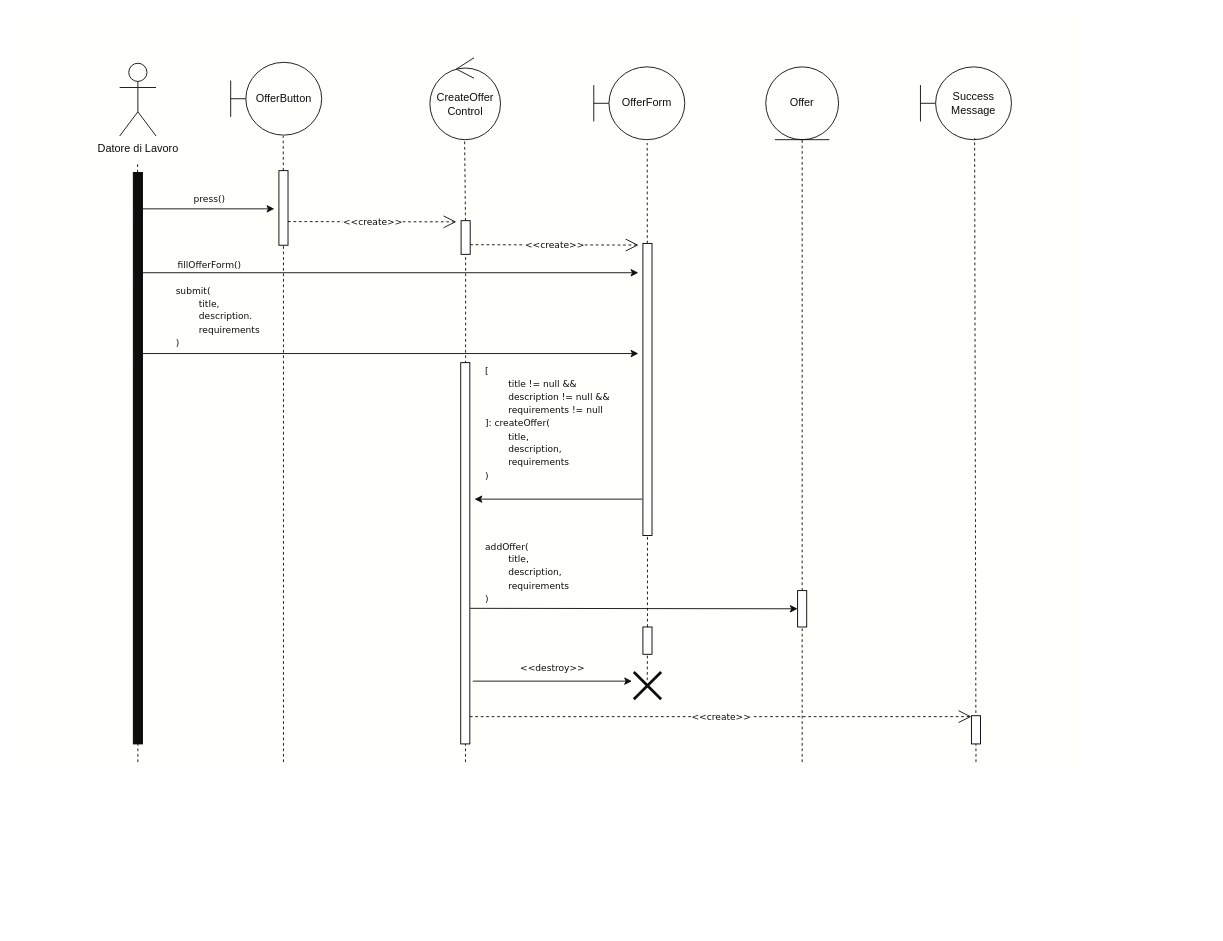
Above: Documentazione/Requirement_Analysis_Document/Sequence_Diagrams/SQ_Crea-Offerta_Editable.drawio in JacopoPassariello/TuringCareers (draw.io), before the change. Source tidied: cells renumbered, new cells numbered last; positions are measured from the earlier drawing's top-left corner, leaving out a move shared by most shapes. Both pictures are drawn from the tidied source at 91%, with x=0, y=0 at pixel (15, 16).
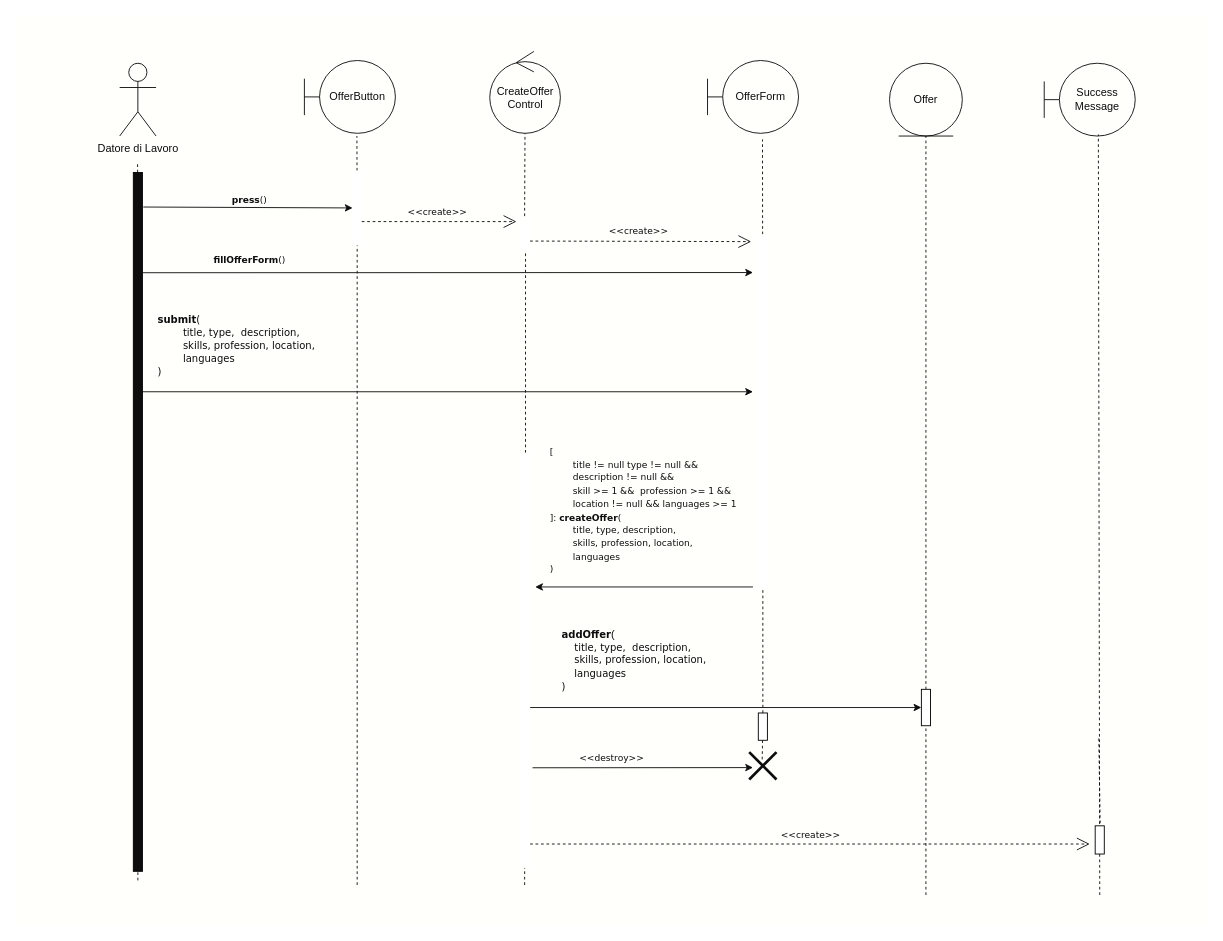
The same diagram, later.

Commit message (it also covers changes not shown here):
Updated SQ_Crea-Offerta

The edit, as a diff of the source:
```diff
@@
     <mxCell id="2" style="rounded=0;whiteSpace=wrap;html=1;strokeColor=none;fillColor=#FFFFFC;" parent="1" vertex="1">
-      <mxGeometry width="1168" height="825" as="geometry" />
+      <mxGeometry y="-1" width="1310" height="1000" as="geometry" />
     </mxCell>
@@
     <mxCell id="4" style="endArrow=none;dashed=1;html=1;rounded=0;strokeColor=#0D0D0D;" parent="1" edge="1" source="13">
       <mxGeometry relative="1" as="geometry">
-        <mxPoint x="293.7" y="131" as="targetPoint" />
+        <mxPoint x="374.7" y="131" as="targetPoint" />
       </mxGeometry>
     </mxCell>
-    <mxCell id="5" style="endArrow=none;dashed=1;html=1;rounded=0;entryX=0.492;entryY=0.997;entryDx=0;entryDy=0;strokeColor=#0D0D0D;entryPerimeter=0;" parent="1" edge="1" source="16" target="27">
-      <mxGeometry relative="1" as="geometry" />
+    <mxCell id="5" style="endArrow=none;dashed=1;html=1;rounded=0;entryX=0.499;entryY=0.996;entryDx=0;entryDy=0;strokeColor=#0D0D0D;entryPerimeter=0;" parent="1" edge="1" target="27">
+      <mxGeometry relative="1" as="geometry">
+        <mxPoint x="559" y="219" as="sourcePoint" />
+      </mxGeometry>
     </mxCell>
-    <mxCell id="6" style="endArrow=none;dashed=1;html=1;rounded=0;strokeColor=#0D0D0D;entryX=0.587;entryY=1.046;entryDx=0;entryDy=0;entryPerimeter=0;" parent="1" edge="1" source="21" target="29">
-      <mxGeometry relative="1" as="geometry" />
+    <mxCell id="6" style="endArrow=none;dashed=1;html=1;rounded=0;strokeColor=#0D0D0D;entryX=0.587;entryY=1.046;entryDx=0;entryDy=0;entryPerimeter=0;" parent="1" edge="1" source="21">
+      <mxGeometry relative="1" as="geometry">
+        <mxPoint x="820.4" y="134.7" as="targetPoint" />
+      </mxGeometry>
     </mxCell>
@@
     <mxCell id="9" style="endArrow=none;dashed=1;html=1;rounded=0;strokeColor=#0D0D0D;" parent="1" edge="1" target="10">
       <mxGeometry relative="1" as="geometry">
-        <mxPoint x="134" y="819" as="sourcePoint" />
+        <mxPoint x="134" y="949" as="sourcePoint" />
       </mxGeometry>
     </mxCell>
     <mxCell id="10" style="rounded=0;whiteSpace=wrap;html=1;fillColor=#0D0D0D;" parent="1" vertex="1">
-      <mxGeometry x="129" y="171" width="10" height="628" as="geometry" />
+      <mxGeometry x="129" y="171" width="10" height="768" as="geometry" />
     </mxCell>
-    <mxCell id="11" style="endArrow=classic;html=1;rounded=0;strokeColor=#0D0D0D;" parent="1" edge="1">
+    <mxCell id="11" style="endArrow=classic;html=1;rounded=0;strokeColor=#0D0D0D;entryX=0;entryY=0.5;entryDx=0;entryDy=0;" parent="1" edge="1" target="13">
       <mxGeometry relative="1" as="geometry">
-        <mxPoint x="139" y="211" as="sourcePoint" />
-        <mxPoint x="284" y="211" as="targetPoint" />
+        <mxPoint x="140" y="209" as="sourcePoint" />
       </mxGeometry>
     </mxCell>
     <mxCell id="12" style="endArrow=none;dashed=1;html=1;rounded=0;strokeColor=#0D0D0D;" parent="1" edge="1" target="13">
       <mxGeometry relative="1" as="geometry">
-        <mxPoint x="294" y="819" as="sourcePoint" />
+        <mxPoint x="375" y="954" as="sourcePoint" />
       </mxGeometry>
     </mxCell>
-    <mxCell id="13" style="rounded=0;whiteSpace=wrap;html=1;" parent="1" vertex="1">
-      <mxGeometry x="289" y="169" width="10" height="82" as="geometry" />
+    <mxCell id="13" style="rounded=0;whiteSpace=wrap;html=1;strokeColor=none;" parent="1" vertex="1">
+      <mxGeometry x="370" y="169" width="10" height="82" as="geometry" />
     </mxCell>
-    <mxCell id="14" value="&lt;font style=&quot;font-size: 10px;&quot; face=&quot;Verdana&quot;&gt;press()&lt;/font&gt;" style="text;html=1;strokeColor=none;fillColor=none;align=center;verticalAlign=middle;whiteSpace=wrap;rounded=0;fontColor=#0D0D0D;" parent="1" vertex="1">
-      <mxGeometry x="193" y="194" width="40" height="11" as="geometry" />
+    <mxCell id="14" value="&lt;font style=&quot;font-size: 10px;&quot; face=&quot;Verdana&quot;&gt;&lt;b&gt;press&lt;/b&gt;()&lt;/font&gt;" style="text;html=1;strokeColor=none;fillColor=none;align=center;verticalAlign=middle;whiteSpace=wrap;rounded=0;fontColor=#0D0D0D;" parent="1" vertex="1">
+      <mxGeometry x="236.8" y="195" width="40" height="11" as="geometry" />
     </mxCell>
-    <mxCell id="15" style="endArrow=none;dashed=1;html=1;rounded=0;strokeColor=#0D0D0D;" parent="1" edge="1" target="16">
-      <mxGeometry relative="1" as="geometry">
-        <mxPoint x="494" y="819" as="sourcePoint" />
-      </mxGeometry>
+    <mxCell id="15" style="endArrow=none;dashed=1;html=1;rounded=0;strokeColor=#0D0D0D;" parent="1" edge="1" source="25" target="16">
+      <mxGeometry relative="1" as="geometry" />
     </mxCell>
-    <mxCell id="16" style="rounded=0;whiteSpace=wrap;html=1;" parent="1" vertex="1">
-      <mxGeometry x="489.2" y="224" width="10" height="37" as="geometry" />
+    <mxCell id="16" style="rounded=0;whiteSpace=wrap;html=1;strokeColor=none;" parent="1" vertex="1">
+      <mxGeometry x="555" y="220" width="10" height="37" as="geometry" />
     </mxCell>
     <mxCell id="17" style="endArrow=classic;html=1;rounded=0;fontColor=#0D0D0D;strokeColor=#0D0D0D;" parent="1" edge="1">
       <mxGeometry relative="1" as="geometry">
         <mxPoint x="139" y="281.2" as="sourcePoint" />
-        <mxPoint x="684" y="281.2" as="targetPoint" />
+        <mxPoint x="810" y="281" as="targetPoint" />
       </mxGeometry>
     </mxCell>
-    <mxCell id="18" value="&lt;font color=&quot;#0d0d0d&quot; style=&quot;font-size: 10px; background-color: rgb(255, 255, 252);&quot; face=&quot;Verdana&quot;&gt;&amp;lt;&amp;lt;create&amp;gt;&amp;gt;&lt;/font&gt;" style="endArrow=open;endSize=12;dashed=1;html=1;rounded=0;strokeColor=#0D0D0D;" parent="1" edge="1">
-      <mxGeometry relative="1" as="geometry">
-        <mxPoint x="299" y="225" as="sourcePoint" />
-        <mxPoint x="484" y="225.3" as="targetPoint" />
+    <mxCell id="18" value="&lt;font color=&quot;#0d0d0d&quot; style=&quot;font-size: 10px;&quot; face=&quot;Verdana&quot;&gt;&amp;lt;&amp;lt;create&amp;gt;&amp;gt;&lt;/font&gt;" style="endArrow=open;endSize=12;dashed=1;html=1;rounded=0;strokeColor=#0D0D0D;labelBackgroundColor=none;" parent="1" edge="1">
+      <mxGeometry x="-0.02" y="11" relative="1" as="geometry">
+        <mxPoint x="380" y="225" as="sourcePoint" />
+        <mxPoint x="550" y="225" as="targetPoint" />
       </mxGeometry>
     </mxCell>
     <mxCell id="19" value="&lt;font style=&quot;font-size: 10px;&quot; face=&quot;Verdana&quot;&gt;&amp;lt;&amp;lt;create&amp;gt;&amp;gt;&lt;/font&gt;" style="endArrow=open;endSize=12;dashed=1;html=1;rounded=0;strokeColor=#0D0D0D;fontColor=#0D0D0D;labelBackgroundColor=#FFFFFC;" parent="1" edge="1">
-      <mxGeometry relative="1" as="geometry">
-        <mxPoint x="499.2" y="250.4" as="sourcePoint" />
-        <mxPoint x="684.2" y="250.8" as="targetPoint" />
+      <mxGeometry x="-0.02" y="12" relative="1" as="geometry">
+        <mxPoint x="565" y="246.4" as="sourcePoint" />
+        <mxPoint x="808" y="247" as="targetPoint" />
       </mxGeometry>
     </mxCell>
@@
-    <mxCell id="21" style="rounded=0;whiteSpace=wrap;html=1;" parent="1" vertex="1">
-      <mxGeometry x="689" y="249" width="10" height="321" as="geometry" />
+    <mxCell id="21" style="rounded=0;whiteSpace=wrap;html=1;strokeColor=none;" parent="1" vertex="1">
+      <mxGeometry x="815.8" y="239" width="10" height="390" as="geometry" />
     </mxCell>
-    <mxCell id="22" value="&lt;font style=&quot;font-size: 10px;&quot; face=&quot;Verdana&quot;&gt;fillOfferForm()&lt;/font&gt;" style="text;html=1;strokeColor=none;fillColor=none;align=center;verticalAlign=middle;whiteSpace=wrap;rounded=0;labelBackgroundColor=#FFFFFC;fontColor=#0D0D0D;" parent="1" vertex="1">
-      <mxGeometry x="173" y="266" width="80" height="11" as="geometry" />
+    <mxCell id="22" value="&lt;font style=&quot;font-size: 10px;&quot; face=&quot;Verdana&quot;&gt;&lt;b&gt;fillOfferForm&lt;/b&gt;()&lt;/font&gt;" style="text;html=1;strokeColor=none;fillColor=none;align=center;verticalAlign=middle;whiteSpace=wrap;rounded=0;labelBackgroundColor=#FFFFFC;fontColor=#0D0D0D;" parent="1" vertex="1">
+      <mxGeometry x="216.8" y="261" width="80" height="11" as="geometry" />
     </mxCell>
     <mxCell id="23" style="endArrow=classic;html=1;rounded=0;strokeColor=#0D0D0D;" parent="1" edge="1">
       <mxGeometry relative="1" as="geometry">
-        <mxPoint x="139" y="370" as="sourcePoint" />
-        <mxPoint x="684" y="370" as="targetPoint" />
+        <mxPoint x="139" y="412" as="sourcePoint" />
+        <mxPoint x="810" y="412" as="targetPoint" />
       </mxGeometry>
     </mxCell>
-    <mxCell id="24" value="&lt;font style=&quot;font-size: 10px;&quot; face=&quot;Verdana&quot;&gt;submit(&lt;br&gt;&lt;span style=&quot;white-space: pre;&quot;&gt;&#9;&lt;/span&gt;title,&lt;br&gt;&lt;span style=&quot;white-space: pre;&quot;&gt;&#9;&lt;/span&gt;description.&lt;br&gt;&lt;span style=&quot;white-space: pre;&quot;&gt;&#9;&lt;/span&gt;requirements&lt;br&gt;)&lt;/font&gt;" style="text;html=1;strokeColor=none;fillColor=none;align=left;verticalAlign=middle;whiteSpace=wrap;rounded=0;fontColor=#0D0D0D;" parent="1" vertex="1">
-      <mxGeometry x="174.2" y="287" width="100" height="84" as="geometry" />
+    <mxCell id="24" value="&lt;font style=&quot;font-size: 11px;&quot; face=&quot;Verdana&quot;&gt;&lt;b&gt;submit&lt;/b&gt;(&lt;br&gt;&lt;span style=&quot;white-space: pre;&quot;&gt;&#9;&lt;/span&gt;title, type,&amp;nbsp; description,&lt;br&gt;&lt;span style=&quot;white-space: pre;&quot;&gt;&#9;&lt;/span&gt;skills, profession, location,&lt;br&gt;&lt;span style=&quot;white-space: pre;&quot;&gt;&#9;&lt;/span&gt;languages&lt;br&gt;)&lt;/font&gt;" style="text;html=1;strokeColor=none;fillColor=none;align=left;verticalAlign=middle;whiteSpace=wrap;rounded=0;fontColor=#0D0D0D;" parent="1" vertex="1">
+      <mxGeometry x="154" y="319" width="205.5" height="84" as="geometry" />
     </mxCell>
-    <mxCell id="25" style="rounded=0;whiteSpace=wrap;html=1;" parent="1" vertex="1">
-      <mxGeometry x="488.8" y="380" width="10" height="419" as="geometry" />
-    </mxCell>
     <mxCell id="26" value="Offer" style="ellipse;shape=umlEntity;whiteSpace=wrap;html=1;strokeColor=#0D0D0D;fontColor=#0D0D0D;fillColor=#FFFFFC;" parent="1" vertex="1">
-      <mxGeometry x="824" y="55" width="80" height="80" as="geometry" />
+      <mxGeometry x="960" y="51" width="80" height="80" as="geometry" />
     </mxCell>
     <mxCell id="27" value="CreateOffer&lt;br&gt;Control" style="ellipse;shape=umlControl;whiteSpace=wrap;html=1;strokeColor=#0D0D0D;fontColor=#0D0D0D;fillColor=#FFFFFC;" parent="1" vertex="1">
-      <mxGeometry x="454.9" y="45" width="77.6" height="90" as="geometry" />
+      <mxGeometry x="520.7" y="38" width="77.6" height="90" as="geometry" />
     </mxCell>
     <mxCell id="28" value="&lt;font color=&quot;#0d0d0d&quot;&gt;OfferButton&lt;/font&gt;" style="shape=umlBoundary;whiteSpace=wrap;html=1;strokeColor=#0D0D0D;fillColor=#FFFFFC;" parent="1" vertex="1">
-      <mxGeometry x="236" y="50" width="100" height="80" as="geometry" />
+      <mxGeometry x="317" y="48" width="100" height="80" as="geometry" />
     </mxCell>
     <mxCell id="29" value="OfferForm" style="shape=umlBoundary;whiteSpace=wrap;html=1;strokeColor=#0D0D0D;fontColor=#0D0D0D;fillColor=#FFFFFC;" parent="1" vertex="1">
-      <mxGeometry x="635" y="55" width="100" height="80" as="geometry" />
+      <mxGeometry x="760" y="48" width="100" height="80" as="geometry" />
     </mxCell>
-    <mxCell id="30" value="&lt;font style=&quot;font-size: 10px;&quot; face=&quot;Verdana&quot;&gt;[ &lt;br&gt;&lt;span style=&quot;white-space: pre;&quot;&gt;&#9;&lt;/span&gt;title != null &amp;amp;&amp;amp;&lt;br&gt;&lt;span style=&quot;white-space: pre;&quot;&gt;&#9;&lt;/span&gt;description != null &amp;amp;&amp;amp;&lt;br&gt;&lt;span style=&quot;white-space: pre;&quot;&gt;&#9;&lt;/span&gt;requirements != null &lt;br&gt;]: createOffer(&lt;br&gt;&lt;span style=&quot;white-space: pre;&quot;&gt;&#9;&lt;/span&gt;title, &lt;br&gt;&lt;span style=&quot;white-space: pre;&quot;&gt;&#9;&lt;/span&gt;description,&lt;br&gt;&lt;span style=&quot;white-space: pre;&quot;&gt;&#9;&lt;/span&gt;requirements&lt;br&gt;)&lt;/font&gt;" style="text;html=1;strokeColor=none;fillColor=none;align=left;verticalAlign=middle;whiteSpace=wrap;rounded=0;fontColor=#0D0D0D;" parent="1" vertex="1">
-      <mxGeometry x="514" y="381" width="150.9" height="130" as="geometry" />
+    <mxCell id="30" value="&lt;font face=&quot;Verdana&quot;&gt;&lt;font style=&quot;font-size: 10px;&quot;&gt;[ &lt;br&gt;&lt;span style=&quot;white-space: pre;&quot;&gt;&#9;&lt;/span&gt;title != null type != null &amp;amp;&amp;amp; &lt;span style=&quot;white-space: pre;&quot;&gt;&#9;&lt;/span&gt;description != null &amp;amp;&amp;amp;&lt;br&gt;&lt;span style=&quot;white-space: pre;&quot;&gt;&#9;&lt;/span&gt;skill &amp;gt;= 1 &amp;amp;&amp;amp;&amp;nbsp; profession &amp;gt;= 1 &amp;amp;&amp;amp;&lt;br&gt;&lt;span style=&quot;white-space: pre;&quot;&gt;&#9;&lt;/span&gt;location != null &amp;amp;&amp;amp; languages &amp;gt;= 1&lt;br&gt;]: &lt;b&gt;createOffer&lt;/b&gt;(&lt;br&gt;&lt;span style=&quot;&quot;&gt;&lt;span style=&quot;white-space: pre;&quot;&gt;&amp;nbsp;&amp;nbsp;&amp;nbsp;&amp;nbsp;&lt;span style=&quot;white-space: pre;&quot;&gt;&#9;&lt;/span&gt;&lt;/span&gt;&lt;/span&gt;&lt;/font&gt;&lt;font style=&quot;font-size: 10px;&quot;&gt;title, type, description,&lt;/font&gt;&lt;br&gt;&lt;span style=&quot;font-size: 10px;&quot;&gt;&lt;span style=&quot;&quot;&gt;&lt;span style=&quot;white-space: pre;&quot;&gt;&amp;nbsp;&amp;nbsp;&amp;nbsp;&amp;nbsp;&lt;span style=&quot;white-space: pre;&quot;&gt;&#9;&lt;/span&gt;&lt;/span&gt;&lt;/span&gt;skills,&amp;nbsp;&lt;/span&gt;&lt;span style=&quot;font-size: 10px;&quot;&gt;profession,&lt;span style=&quot;white-space: pre;&quot;&gt;&amp;nbsp;&lt;/span&gt;&lt;/span&gt;&lt;span style=&quot;font-size: 10px;&quot;&gt;location,&lt;/span&gt;&lt;br style=&quot;font-size: 10px;&quot;&gt;&lt;span style=&quot;font-size: 10px;&quot;&gt;&lt;span style=&quot;&quot;&gt;&amp;nbsp;&amp;nbsp;&amp;nbsp;&amp;nbsp;&lt;span style=&quot;white-space: pre;&quot;&gt;&amp;nbsp;&amp;nbsp;&amp;nbsp;&amp;nbsp;&lt;/span&gt;&lt;/span&gt;&lt;/span&gt;&lt;span style=&quot;font-size: 10px;&quot;&gt;languages&lt;/span&gt;&lt;font style=&quot;font-size: 10px;&quot;&gt;&lt;br&gt;)&lt;/font&gt;&lt;/font&gt;" style="text;html=1;strokeColor=none;fillColor=none;align=left;verticalAlign=middle;whiteSpace=wrap;rounded=0;fontColor=#0D0D0D;" parent="1" vertex="1">
+      <mxGeometry x="584.8" y="456.5" width="211" height="170" as="geometry" />
     </mxCell>
     <mxCell id="31" style="endArrow=classic;html=1;rounded=0;strokeColor=#0D0D0D;" parent="1" edge="1">
       <mxGeometry relative="1" as="geometry">
-        <mxPoint x="688" y="530" as="sourcePoint" />
-        <mxPoint x="504" y="530" as="targetPoint" />
+        <mxPoint x="809.9" y="626.5" as="sourcePoint" />
+        <mxPoint x="570.6" y="626.5" as="targetPoint" />
       </mxGeometry>
     </mxCell>
     <mxCell id="32" style="endArrow=classic;html=1;rounded=0;strokeColor=#0D0D0D;" parent="1" edge="1">
       <mxGeometry relative="1" as="geometry">
-        <mxPoint x="502" y="730" as="sourcePoint" />
-        <mxPoint x="677" y="730" as="targetPoint" />
+        <mxPoint x="567.7" y="825.2" as="sourcePoint" />
+        <mxPoint x="810" y="825" as="targetPoint" />
       </mxGeometry>
     </mxCell>
     <mxCell id="33" value="&lt;font face=&quot;Verdana&quot;&gt;&lt;span style=&quot;font-size: 10px;&quot;&gt;&amp;lt;&amp;lt;destroy&amp;gt;&amp;gt;&lt;/span&gt;&lt;/font&gt;" style="text;html=1;strokeColor=none;fillColor=none;align=center;verticalAlign=middle;whiteSpace=wrap;rounded=0;fontColor=#0D0D0D;" parent="1" vertex="1">
-      <mxGeometry x="569.5" y="709" width="40" height="11" as="geometry" />
+      <mxGeometry x="635.2" y="808" width="40" height="11" as="geometry" />
     </mxCell>
     <mxCell id="34" style="endArrow=none;dashed=1;html=1;rounded=0;entryX=0.5;entryY=1;entryDx=0;entryDy=0;strokeColor=#0D0D0D;" parent="1" edge="1" target="35">
       <mxGeometry relative="1" as="geometry">
-        <mxPoint x="864" y="819" as="sourcePoint" />
+        <mxPoint x="1000" y="965" as="sourcePoint" />
       </mxGeometry>
     </mxCell>
     <mxCell id="35" style="rounded=0;whiteSpace=wrap;html=1;" parent="1" vertex="1">
-      <mxGeometry x="859" y="630.5" width="10" height="40" as="geometry" />
+      <mxGeometry x="995" y="739" width="10" height="40" as="geometry" />
     </mxCell>
     <mxCell id="36" style="endArrow=classic;html=1;rounded=0;strokeColor=#0D0D0D;entryX=0;entryY=0.5;entryDx=0;entryDy=0;" parent="1" edge="1" target="35">
       <mxGeometry relative="1" as="geometry">
-        <mxPoint x="499.2" y="650" as="sourcePoint" />
+        <mxPoint x="565" y="759" as="sourcePoint" />
       </mxGeometry>
     </mxCell>
-    <mxCell id="37" style="endArrow=none;dashed=1;html=1;rounded=0;strokeColor=#0D0D0D;entryX=0.491;entryY=0.371;entryDx=0;entryDy=0;entryPerimeter=0;" parent="1" edge="1" target="38">
+    <mxCell id="37" style="endArrow=none;dashed=1;html=1;rounded=0;strokeColor=#0D0D0D;" parent="1" edge="1" source="39">
       <mxGeometry relative="1" as="geometry">
-        <mxPoint x="694" y="690" as="sourcePoint" />
+        <mxPoint x="820" y="819" as="targetPoint" />
       </mxGeometry>
     </mxCell>
     <mxCell id="38" style="shape=umlDestroy;whiteSpace=wrap;html=1;strokeWidth=3;targetShapes=umlLifeline;strokeColor=#0D0D0D;" parent="1" vertex="1">
-      <mxGeometry x="679" y="720" width="30" height="30" as="geometry" />
+      <mxGeometry x="805.8" y="808" width="30" height="30" as="geometry" />
     </mxCell>
-    <mxCell id="39" style="rounded=0;whiteSpace=wrap;html=1;" parent="1" vertex="1">
-      <mxGeometry x="689" y="670.5" width="10" height="30" as="geometry" />
-    </mxCell>
-    <mxCell id="40" value="&lt;font face=&quot;Verdana&quot;&gt;&lt;span style=&quot;font-size: 10px;&quot;&gt;addOffer(&lt;br&gt;&lt;span style=&quot;white-space: pre;&quot;&gt;&#9;&lt;/span&gt;title,&lt;br&gt;&lt;span style=&quot;white-space: pre;&quot;&gt;&#9;&lt;/span&gt;description,&lt;br&gt;&lt;span style=&quot;white-space: pre;&quot;&gt;&#9;&lt;/span&gt;requirements&lt;br&gt;)&lt;/span&gt;&lt;/font&gt;" style="text;html=1;strokeColor=none;fillColor=none;align=left;verticalAlign=middle;whiteSpace=wrap;rounded=0;fontColor=#0D0D0D;" parent="1" vertex="1">
-      <mxGeometry x="514.2" y="570" width="109.8" height="80" as="geometry" />
+    <mxCell id="40" value="&lt;b style=&quot;font-family: Verdana; font-size: 11px;&quot;&gt;addOffer&lt;/b&gt;(&lt;br style=&quot;font-family: Verdana; font-size: 11px;&quot;&gt;&lt;span style=&quot;font-family: Verdana; font-size: 11px;&quot;&gt;&lt;span style=&quot;white-space: pre;&quot;&gt;&amp;nbsp;&amp;nbsp;&amp;nbsp;&amp;nbsp;&lt;/span&gt;&lt;/span&gt;&lt;span style=&quot;font-family: Verdana; font-size: 11px;&quot;&gt;title, type,&amp;nbsp; description,&lt;/span&gt;&lt;br style=&quot;font-family: Verdana; font-size: 11px;&quot;&gt;&lt;span style=&quot;font-family: Verdana; font-size: 11px;&quot;&gt;&lt;span style=&quot;white-space: pre;&quot;&gt;&amp;nbsp;&amp;nbsp;&amp;nbsp;&amp;nbsp;&lt;/span&gt;&lt;/span&gt;&lt;span style=&quot;font-family: Verdana; font-size: 11px;&quot;&gt;skills, profession, location,&lt;/span&gt;&lt;br style=&quot;font-family: Verdana; font-size: 11px;&quot;&gt;&lt;span style=&quot;font-family: Verdana; font-size: 11px;&quot;&gt;&lt;span style=&quot;white-space: pre;&quot;&gt;&amp;nbsp;&amp;nbsp;&amp;nbsp;&amp;nbsp;&lt;/span&gt;&lt;/span&gt;&lt;span style=&quot;font-family: Verdana; font-size: 11px;&quot;&gt;languages&lt;/span&gt;&lt;br style=&quot;font-family: Verdana; font-size: 11px;&quot;&gt;&lt;span style=&quot;font-family: Verdana; font-size: 11px;&quot;&gt;)&lt;/span&gt;" style="text;html=1;strokeColor=none;fillColor=none;align=left;verticalAlign=middle;whiteSpace=wrap;rounded=0;fontColor=#0D0D0D;" parent="1" vertex="1">
+      <mxGeometry x="598.3" y="657.5" width="197.4" height="99" as="geometry" />
     </mxCell>
     <mxCell id="41" value="Success&lt;br&gt;Message" style="shape=umlBoundary;whiteSpace=wrap;html=1;strokeColor=#0D0D0D;fontColor=#0D0D0D;fillColor=#FFFFFC;" parent="1" vertex="1">
-      <mxGeometry x="994" y="55" width="100" height="80" as="geometry" />
+      <mxGeometry x="1130" y="51" width="100" height="80" as="geometry" />
     </mxCell>
     <mxCell id="42" style="endArrow=none;dashed=1;html=1;rounded=0;entryX=0.595;entryY=0.978;entryDx=0;entryDy=0;strokeColor=#0D0D0D;entryPerimeter=0;" parent="1" edge="1" target="41">
       <mxGeometry relative="1" as="geometry">
-        <mxPoint x="1055" y="819" as="sourcePoint" />
+        <mxPoint x="1191" y="965" as="sourcePoint" />
       </mxGeometry>
     </mxCell>
     <mxCell id="43" style="endArrow=none;dashed=1;html=1;rounded=0;entryX=0.595;entryY=0.978;entryDx=0;entryDy=0;strokeColor=#0D0D0D;entryPerimeter=0;" parent="1" edge="1" target="44">
       <mxGeometry relative="1" as="geometry">
-        <mxPoint x="1054" y="797" as="sourcePoint" />
+        <mxPoint x="1190" y="793" as="sourcePoint" />
       </mxGeometry>
     </mxCell>
     <mxCell id="44" style="rounded=0;whiteSpace=wrap;html=1;" parent="1" vertex="1">
-      <mxGeometry x="1050" y="768" width="10" height="31" as="geometry" />
+      <mxGeometry x="1186" y="889" width="10" height="31" as="geometry" />
     </mxCell>
     <mxCell id="45" value="&lt;font style=&quot;font-size: 10px;&quot; face=&quot;Verdana&quot;&gt;&amp;lt;&amp;lt;create&amp;gt;&amp;gt;&lt;/font&gt;" style="endArrow=open;endSize=12;dashed=1;html=1;rounded=0;strokeColor=#0D0D0D;fontColor=#0D0D0D;labelBackgroundColor=#FFFFFC;" parent="1" edge="1">
-      <mxGeometry relative="1" as="geometry">
-        <mxPoint x="498.8" y="769" as="sourcePoint" />
-        <mxPoint x="1050" y="769" as="targetPoint" />
+      <mxGeometry y="10" relative="1" as="geometry">
+        <mxPoint x="565" y="909" as="sourcePoint" />
+        <mxPoint x="1180" y="909" as="targetPoint" />
       </mxGeometry>
     </mxCell>
+    <mxCell id="39" style="rounded=0;whiteSpace=wrap;html=1;" parent="1" vertex="1">
+      <mxGeometry x="815.8" y="765" width="10" height="30" as="geometry" />
+    </mxCell>
+    <mxCell id="46" style="endArrow=none;dashed=1;html=1;rounded=0;strokeColor=#0D0D0D;" parent="1" edge="1" target="25">
+      <mxGeometry relative="1" as="geometry">
+        <mxPoint x="559" y="954" as="sourcePoint" />
+      </mxGeometry>
+    </mxCell>
+    <mxCell id="25" style="rounded=0;whiteSpace=wrap;html=1;strokeColor=none;" parent="1" vertex="1">
+      <mxGeometry x="555" y="479" width="10" height="456" as="geometry" />
+    </mxCell>
```
